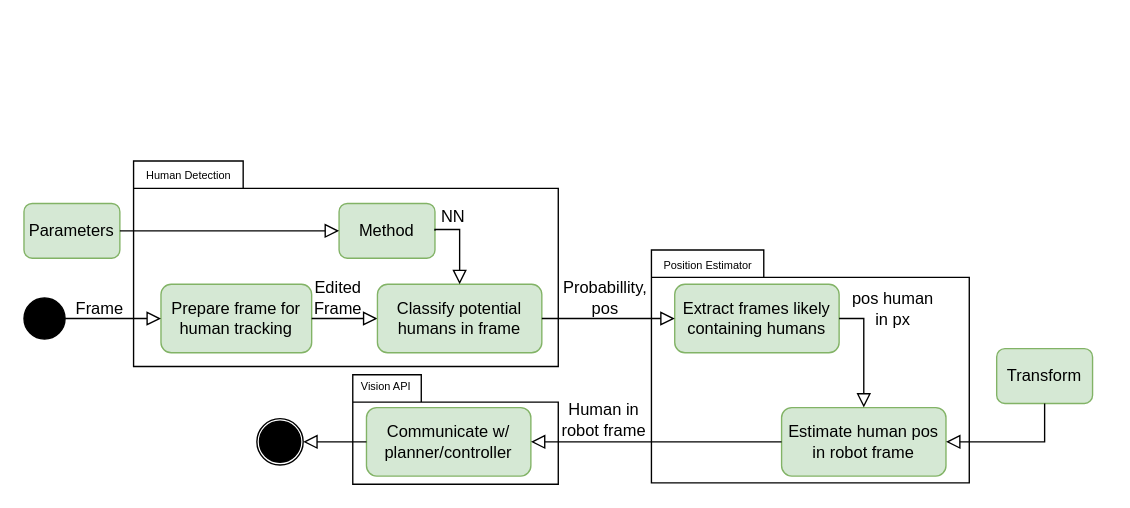
Before: page "activity diagram" (1 of 2) of visual_reps/Drawio_Files/activity_and_UML.drawio in dlerner97/ACME_perception_proposal, a draw.io diagram. Source tidied: cells renumbered, new cells numbered last; positions are measured from the earlier drawing's top-left corner, leaving out a move shared by most shapes. Both pictures are drawn from the tidied source at 137%, with x=0, y=0 at pixel (23, 160).
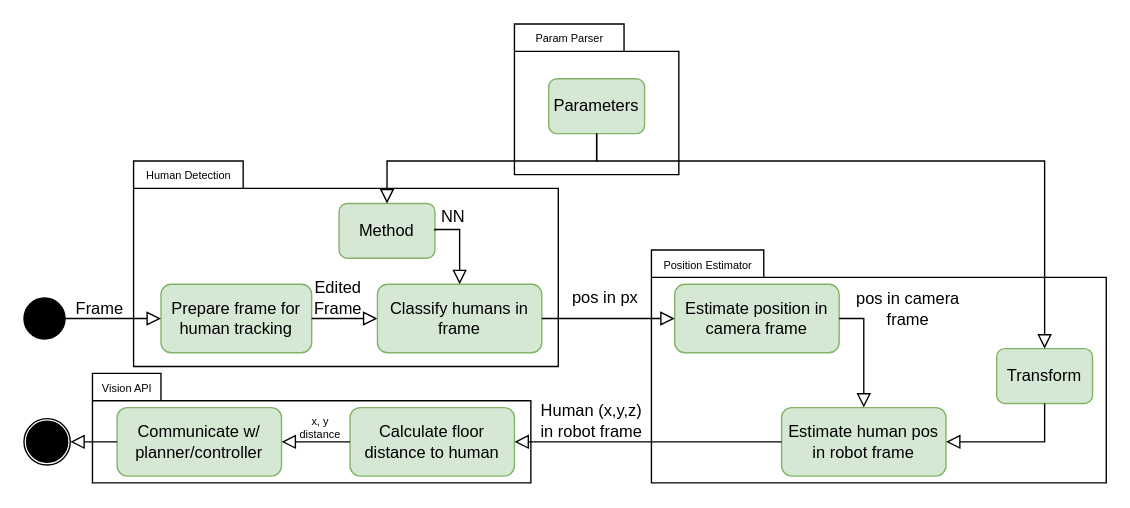
Above is the later version.

Unchanged cells that the change refers to:
```xml
<mxCell id="14" value="Method" style="rounded=1;whiteSpace=wrap;html=1;fontSize=12;glass=0;strokeWidth=1;shadow=0;fillColor=#d5e8d4;strokeColor=#82b366;" parent="1" vertex="1">
  <mxGeometry x="230" y="31" width="70" height="40" as="geometry" />
</mxCell>
<mxCell id="23" value="Estimate human pos&lt;br&gt;in robot frame" style="rounded=1;whiteSpace=wrap;html=1;fontSize=12;glass=0;strokeWidth=1;shadow=0;fillColor=#d5e8d4;strokeColor=#82b366;" parent="1" vertex="1">
  <mxGeometry x="553" y="180" width="120" height="50" as="geometry" />
</mxCell>
<mxCell id="28" value="Transform" style="rounded=1;whiteSpace=wrap;html=1;fontSize=12;glass=0;strokeWidth=1;shadow=0;fillColor=#d5e8d4;strokeColor=#82b366;" parent="1" vertex="1">
  <mxGeometry x="710" y="137" width="70" height="40" as="geometry" />
</mxCell>
```

Diff of the diagram source:
```diff
@@
+    <mxCell id="35" value="&lt;div align=&quot;left&quot;&gt;&lt;br&gt;&lt;/div&gt;" style="shape=folder;fontStyle=1;spacingTop=10;tabWidth=80;tabHeight=20;tabPosition=left;html=1;" parent="1" vertex="1">
+      <mxGeometry x="358" y="-100" width="120" height="110" as="geometry" />
+    </mxCell>
     <mxCell id="2" style="shape=folder;fontStyle=1;spacingTop=10;tabWidth=82;tabHeight=20;tabPosition=left;html=1;" parent="1" vertex="1">
-      <mxGeometry x="458" y="65" width="232" height="170" as="geometry" />
+      <mxGeometry x="458" y="65" width="332" height="170" as="geometry" />
     </mxCell>
     <mxCell id="3" style="shape=folder;fontStyle=1;spacingTop=10;tabWidth=50;tabHeight=20;tabPosition=left;html=1;align=left;" parent="1" vertex="1">
-      <mxGeometry x="240" y="156" width="150" height="80" as="geometry" />
+      <mxGeometry x="50" y="155" width="320" height="80" as="geometry" />
     </mxCell>
@@
     <mxCell id="8" style="group;" parent="1" vertex="1">
-      <mxGeometry x="170" y="188.1" width="33.8" height="33.8" as="geometry" />
+      <mxGeometry y="188.1" width="33.8" height="33.8" as="geometry" />
     </mxCell>
@@
-    <mxCell id="13" value="Classify potential humans in frame" style="rounded=1;whiteSpace=wrap;html=1;fontSize=12;glass=0;strokeWidth=1;shadow=0;fillColor=#d5e8d4;strokeColor=#82b366;" parent="1" vertex="1">
+    <mxCell id="13" value="Classify humans in frame" style="rounded=1;whiteSpace=wrap;html=1;fontSize=12;glass=0;strokeWidth=1;shadow=0;fillColor=#d5e8d4;strokeColor=#82b366;" parent="1" vertex="1">
       <mxGeometry x="258" y="90" width="120" height="50" as="geometry" />
     </mxCell>
@@
     <mxCell id="15" value="Parameters" style="rounded=1;whiteSpace=wrap;html=1;fontSize=12;glass=0;strokeWidth=1;shadow=0;fillColor=#d5e8d4;strokeColor=#82b366;" parent="1" vertex="1">
-      <mxGeometry y="31" width="70" height="40" as="geometry" />
+      <mxGeometry x="383" y="-60" width="70" height="40" as="geometry" />
     </mxCell>
-    <mxCell id="16" style="rounded=0;html=1;jettySize=auto;fontSize=11;endArrow=block;endFill=0;endSize=8;strokeWidth=1;shadow=0;labelBackgroundColor=none;edgeStyle=orthogonalEdgeStyle;exitX=1;exitY=0.5;exitDx=0;exitDy=0;entryX=0;entryY=0.5;entryDx=0;entryDy=0;" parent="1" edge="1" source="15" target="14">
-      <mxGeometry relative="1" as="geometry" />
+    <mxCell id="16" style="rounded=0;html=1;jettySize=auto;fontSize=11;endArrow=block;endFill=0;endSize=8;strokeWidth=1;shadow=0;labelBackgroundColor=none;edgeStyle=orthogonalEdgeStyle;exitX=0.5;exitY=1;exitDx=0;exitDy=0;entryX=0.5;entryY=0;entryDx=0;entryDy=0;" parent="1" edge="1" source="15" target="14">
+      <mxGeometry relative="1" as="geometry">
+        <Array as="points">
+          <mxPoint x="418" />
+          <mxPoint x="265" />
+        </Array>
+      </mxGeometry>
     </mxCell>
@@
-    <mxCell id="20" value="Extract frames likely containing humans" style="rounded=1;whiteSpace=wrap;html=1;fontSize=12;glass=0;strokeWidth=1;shadow=0;fillColor=#d5e8d4;strokeColor=#82b366;" parent="1" vertex="1">
+    <mxCell id="20" value="Estimate position in camera frame" style="rounded=1;whiteSpace=wrap;html=1;fontSize=12;glass=0;strokeWidth=1;shadow=0;fillColor=#d5e8d4;strokeColor=#82b366;" parent="1" vertex="1">
       <mxGeometry x="475" y="90" width="120" height="50" as="geometry" />
     </mxCell>
@@
-    <mxCell id="22" value="Probabillity,&lt;br&gt;pos" style="text;html=1;align=center;verticalAlign=middle;strokeColor=none;fillColor=none;" parent="1" vertex="1">
-      <mxGeometry x="384" y="85" width="80" height="30" as="geometry" />
+    <mxCell id="22" value="pos in px" style="text;html=1;align=center;verticalAlign=middle;strokeColor=none;fillColor=none;" parent="1" vertex="1">
+      <mxGeometry x="394" y="90" width="60" height="20" as="geometry" />
     </mxCell>
@@
     <mxCell id="25" value="&lt;span&gt;Communicate w/&lt;/span&gt;&lt;br&gt;&lt;span&gt;planner/controller&lt;/span&gt;" style="rounded=1;whiteSpace=wrap;html=1;fontSize=12;glass=0;strokeWidth=1;shadow=0;fillColor=#d5e8d4;strokeColor=#82b366;" parent="1" vertex="1">
-      <mxGeometry x="250" y="180" width="120" height="50" as="geometry" />
+      <mxGeometry x="68" y="180" width="120" height="50" as="geometry" />
     </mxCell>
-    <mxCell id="26" style="rounded=0;html=1;jettySize=auto;fontSize=11;endArrow=block;endFill=0;endSize=8;strokeWidth=1;shadow=0;labelBackgroundColor=none;edgeStyle=orthogonalEdgeStyle;entryX=1;entryY=0.5;entryDx=0;entryDy=0;exitX=0;exitY=0.5;exitDx=0;exitDy=0;" parent="1" edge="1" source="23" target="25">
+    <mxCell id="26" style="rounded=0;html=1;jettySize=auto;fontSize=11;endArrow=block;endFill=0;endSize=8;strokeWidth=1;shadow=0;labelBackgroundColor=none;edgeStyle=orthogonalEdgeStyle;entryX=1;entryY=0.5;entryDx=0;entryDy=0;exitX=0;exitY=0.5;exitDx=0;exitDy=0;" parent="1" edge="1" source="23" target="38">
       <mxGeometry relative="1" as="geometry" />
     </mxCell>
-    <mxCell id="27" value="Human in&lt;br&gt;robot frame" style="text;html=1;align=center;verticalAlign=middle;strokeColor=none;fillColor=none;" parent="1" vertex="1">
-      <mxGeometry x="383" y="174" width="80" height="30" as="geometry" />
+    <mxCell id="27" value="&lt;div&gt;Human (x,y,z)&lt;/div&gt;&lt;div&gt;in robot frame&lt;/div&gt;" style="text;html=1;align=center;verticalAlign=middle;strokeColor=none;fillColor=none;" parent="1" vertex="1">
+      <mxGeometry x="369" y="175" width="90" height="30" as="geometry" />
     </mxCell>
@@
-    <mxCell id="30" value="pos human&lt;br&gt;in px" style="text;html=1;align=center;verticalAlign=middle;strokeColor=none;fillColor=none;" parent="1" vertex="1">
-      <mxGeometry x="599" y="93" width="70" height="30" as="geometry" />
+    <mxCell id="30" value="&lt;div&gt;pos in camera&lt;/div&gt;&lt;div&gt;frame&lt;/div&gt;" style="text;html=1;align=center;verticalAlign=middle;strokeColor=none;fillColor=none;" parent="1" vertex="1">
+      <mxGeometry x="600" y="93" width="90" height="30" as="geometry" />
     </mxCell>
@@
     <mxCell id="32" value="&lt;font style=&quot;font-size: 8px&quot;&gt;Vision API&lt;/font&gt;" style="text;html=1;align=center;verticalAlign=middle;strokeColor=none;fillColor=none;" parent="1" vertex="1">
-      <mxGeometry x="239" y="154" width="50" height="20" as="geometry" />
+      <mxGeometry x="50" y="155" width="50" height="20" as="geometry" />
     </mxCell>
@@
+    <mxCell id="36" style="rounded=0;html=1;jettySize=auto;fontSize=11;endArrow=block;endFill=0;endSize=8;strokeWidth=1;shadow=0;labelBackgroundColor=none;edgeStyle=orthogonalEdgeStyle;exitX=0.5;exitY=1;exitDx=0;exitDy=0;entryX=0.5;entryY=0;entryDx=0;entryDy=0;" parent="1" edge="1" source="15" target="28">
+      <mxGeometry relative="1" as="geometry">
+        <Array as="points">
+          <mxPoint x="418" />
+          <mxPoint x="745" />
+        </Array>
+      </mxGeometry>
+    </mxCell>
+    <mxCell id="37" value="&lt;font style=&quot;font-size: 8px&quot;&gt;Param Parser&lt;/font&gt;" style="text;html=1;align=center;verticalAlign=middle;strokeColor=none;fillColor=none;" parent="1" vertex="1">
+      <mxGeometry x="368" y="-100" width="60" height="20" as="geometry" />
+    </mxCell>
+    <mxCell id="38" value="Calculate floor distance to human" style="rounded=1;whiteSpace=wrap;html=1;fontSize=12;glass=0;strokeWidth=1;shadow=0;fillColor=#d5e8d4;strokeColor=#82b366;" parent="1" vertex="1">
+      <mxGeometry x="238" y="180" width="120" height="50" as="geometry" />
+    </mxCell>
+    <mxCell id="39" style="rounded=0;html=1;jettySize=auto;fontSize=11;endArrow=block;endFill=0;endSize=8;strokeWidth=1;shadow=0;labelBackgroundColor=none;edgeStyle=orthogonalEdgeStyle;exitX=0;exitY=0.5;exitDx=0;exitDy=0;entryX=1;entryY=0.5;entryDx=0;entryDy=0;" parent="1" edge="1" source="38" target="25">
+      <mxGeometry relative="1" as="geometry" />
+    </mxCell>
+    <mxCell id="40" value="&lt;div&gt;x, y&lt;/div&gt;&lt;div&gt;distance&lt;/div&gt;" style="text;html=1;align=center;verticalAlign=middle;strokeColor=none;fillColor=none;fontSize=8;" parent="1" vertex="1">
+      <mxGeometry x="191" y="180" width="50" height="30" as="geometry" />
+    </mxCell>
```
